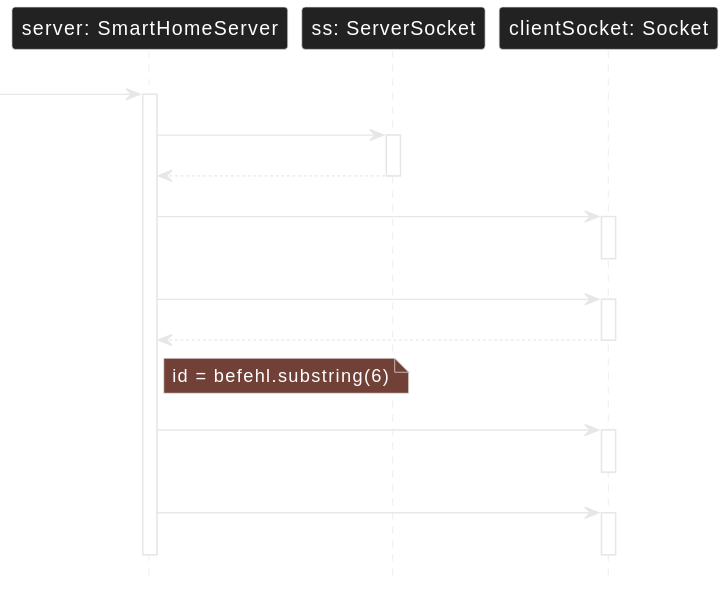
Earlier version of the PlantUML export assets/img/sec5/lvl19-2.svg (OnlyCook/abitur-elite-code).
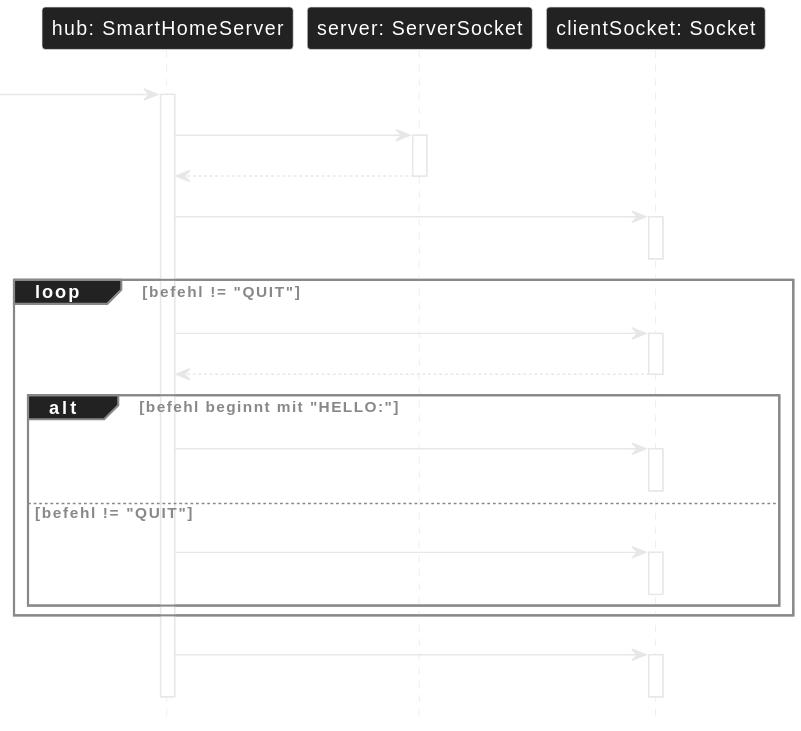
The same diagram one commit later.

Diff of the diagram source:
```diff
@@ -1,9 +1,12 @@
 @startuml
 skinparam backgroundcolor transparent
 skinparam classAttributeIconSize 0
+skinparam SequenceGroupFontColor #888888
+skinparam SequenceGroupBorderColor #888888
+skinparam SequenceGroupBackgroundColor #222222
 hide footbox
-participant "server: SmartHomeServer" as S
-participant "ss: ServerSocket" as SS
+participant "hub: SmartHomeServer" as S
+participant "server: ServerSocket" as SS
 participant "clientSocket: Socket" as CS
 
 -> S : startServer()
@@ -12,17 +15,24 @@
 activate SS
 SS --> S : clientSocket
 deactivate SS
-S -> CS : write("+OK Smart Home Hub")
+S -> CS : write("+OK Smart Home Hub\\n")
 activate CS
 deactivate CS
-S -> CS : readLine()
-activate CS
-CS --> S : befehl
-deactivate CS
-note right of S : id = befehl.substring(6)
-S -> CS : write("+ACK " + id + "")
-activate CS
-deactivate CS
+loop befehl != "QUIT"
+  S -> CS : readLine()
+  activate CS
+  CS --> S : befehl
+  deactivate CS
+  alt befehl beginnt mit "HELLO:"
+    S -> CS : write("+ACK " + id + "\\n")
+    activate CS
+    deactivate CS
+  else befehl != "QUIT"
+    S -> CS : write("+ERR unbekannt\\n")
+    activate CS
+    deactivate CS
+  end
+end
 S -> CS : close()
 activate CS
 deactivate CS
```
